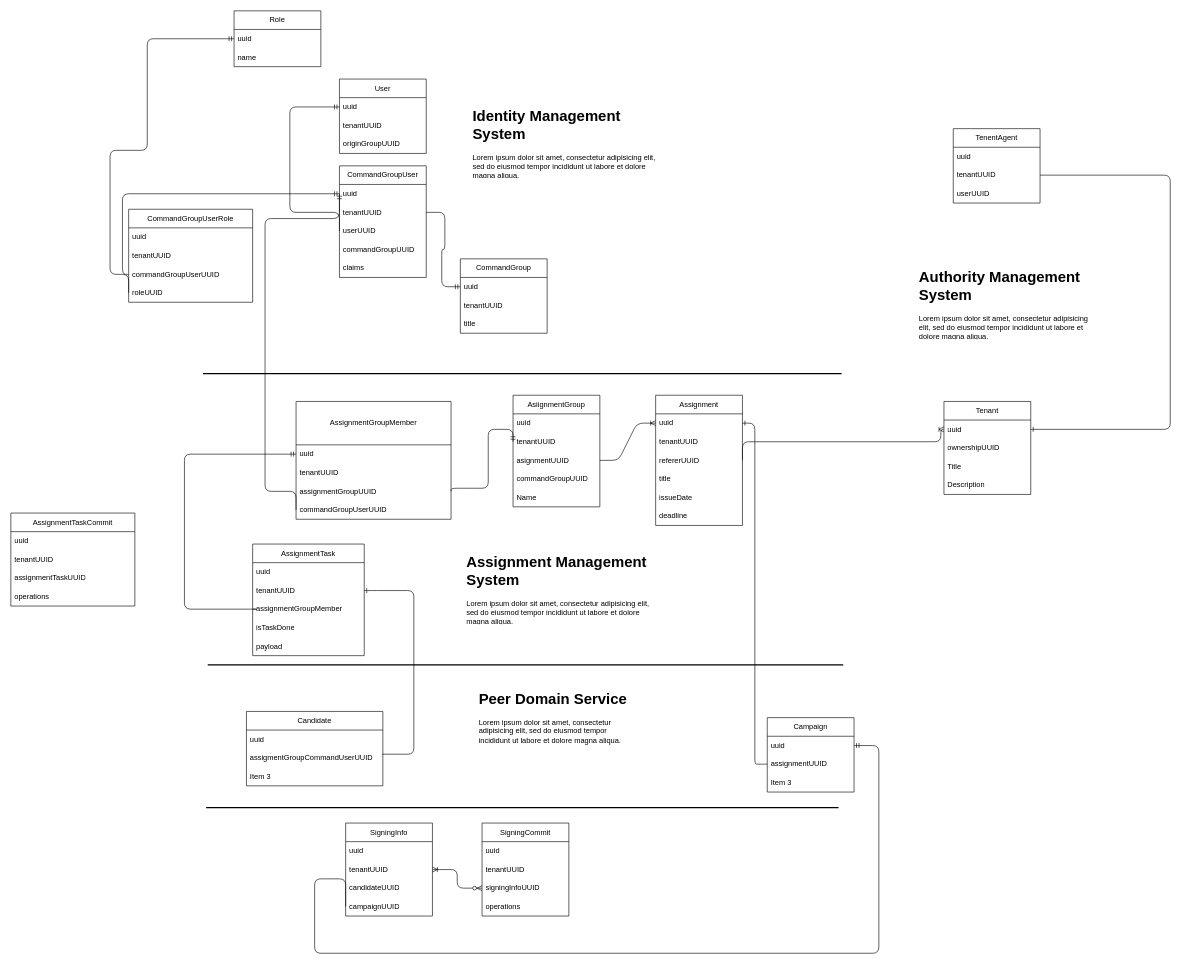
Before: app/model/diagram.drawio in tanhuy998/bch, a draw.io diagram. Source tidied: cells renumbered, new cells numbered last; positions are measured from the earlier drawing's top-left corner, leaving out a move shared by most shapes. Both pictures are drawn from the tidied source at 62%, with x=0, y=0 at pixel (11, 11).
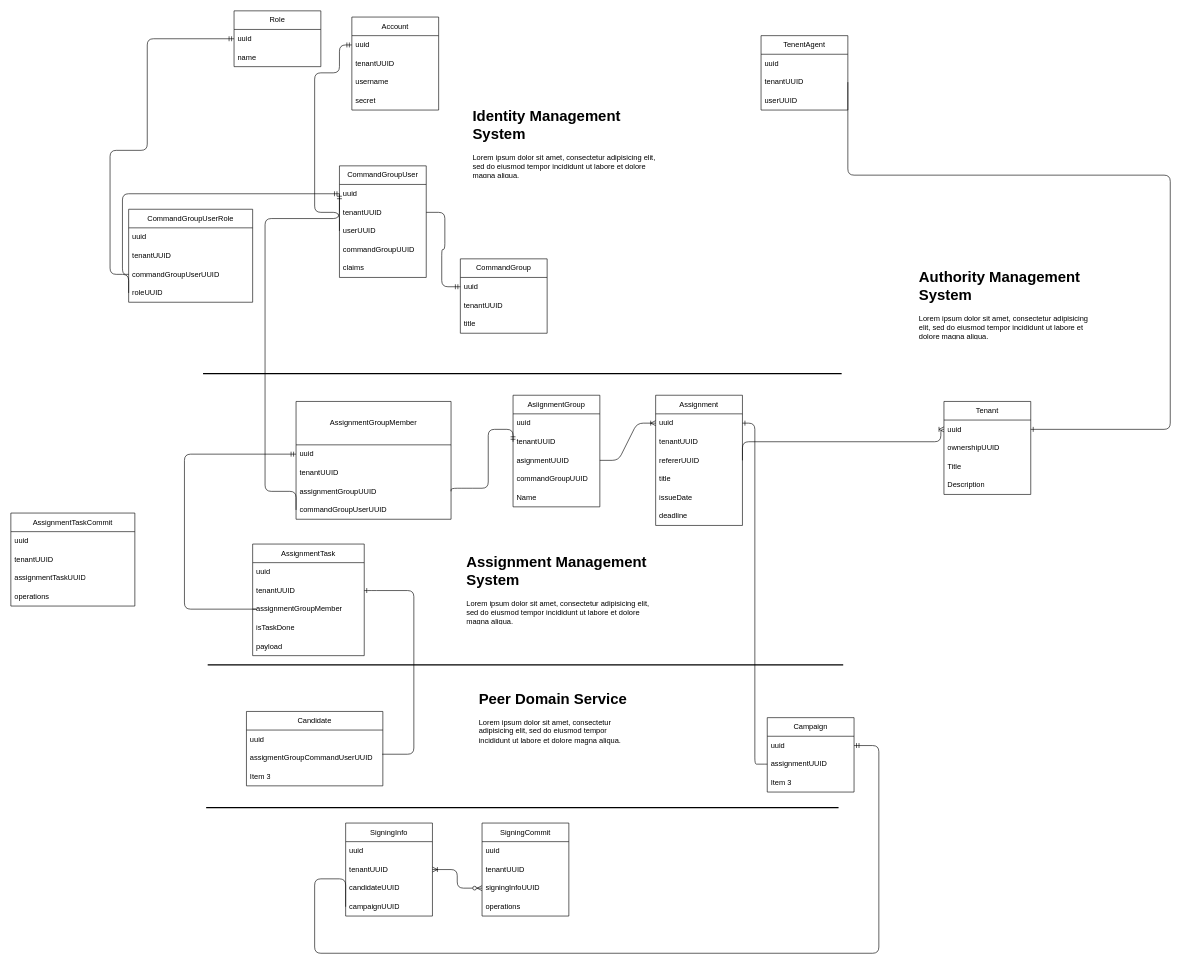
After the change.

The change refers to these unchanged cells:
```xml
<mxCell id="3" value="uuid" style="text;strokeColor=none;fillColor=none;align=left;verticalAlign=middle;spacingLeft=4;spacingRight=4;overflow=hidden;points=[[0,0.5],[1,0.5]];portConstraint=eastwest;whiteSpace=wrap;html=1;" parent="2" vertex="1">
  <mxGeometry y="30" width="140" height="30" as="geometry" />
</mxCell>
<mxCell id="13" value="userUUID" style="text;strokeColor=none;fillColor=none;align=left;verticalAlign=middle;spacingLeft=4;spacingRight=4;overflow=hidden;points=[[0,0.5],[1,0.5]];portConstraint=eastwest;whiteSpace=wrap;html=1;" parent="10" vertex="1">
  <mxGeometry y="90" width="140" height="30" as="geometry" />
</mxCell>
```

What changed in the source:
```diff
@@
-    <mxCell id="2" value="User" style="swimlane;fontStyle=0;horizontal=1;startSize=30;whiteSpace=wrap;html=1;" parent="1" vertex="1">
-      <mxGeometry x="530" y="110" width="140" height="120" as="geometry" />
+    <mxCell id="2" value="Account" style="swimlane;fontStyle=0;horizontal=1;startSize=30;whiteSpace=wrap;html=1;" parent="1" vertex="1">
+      <mxGeometry x="550" y="10" width="140" height="150" as="geometry" />
     </mxCell>
@@
+    <mxCell id="101" value="username" style="text;strokeColor=none;fillColor=none;align=left;verticalAlign=middle;spacingLeft=4;spacingRight=4;overflow=hidden;whiteSpace=wrap;html=1;" parent="2" vertex="1">
+      <mxGeometry y="90" width="140" height="30" as="geometry" />
+    </mxCell>
-    <mxCell id="5" value="originGroupUUID" style="text;strokeColor=none;fillColor=none;align=left;verticalAlign=middle;spacingLeft=4;spacingRight=4;overflow=hidden;whiteSpace=wrap;html=1;" parent="2" vertex="1">
-      <mxGeometry y="90" width="140" height="30" as="geometry" />
+    <mxCell id="5" value="secret" style="text;strokeColor=none;fillColor=none;align=left;verticalAlign=middle;spacingLeft=4;spacingRight=4;overflow=hidden;whiteSpace=wrap;html=1;" parent="2" vertex="1">
+      <mxGeometry y="120" width="140" height="30" as="geometry" />
     </mxCell>
@@
     <mxCell id="31" style="edgeStyle=orthogonalEdgeStyle;fontSize=12;html=1;endArrow=ERmandOne;entryX=0;entryY=0.5;entryDx=0;entryDy=0;exitX=0;exitY=0.5;exitDx=0;exitDy=0;" parent="1" edge="1" source="13" target="3">
       <mxGeometry relative="1" as="geometry">
         <Array as="points">
-          <mxPoint x="450" y="325" />
-          <mxPoint x="450" y="155" />
+          <mxPoint x="530" y="325" />
+          <mxPoint x="490" y="325" />
+          <mxPoint x="490" y="100" />
+          <mxPoint x="530" y="100" />
+          <mxPoint x="530" y="55" />
         </Array>
       </mxGeometry>
     </mxCell>
@@
     <mxCell id="85" value="TenentAgent" style="swimlane;fontStyle=0;horizontal=1;startSize=30;whiteSpace=wrap;html=1;" parent="1" vertex="1">
-      <mxGeometry x="1520" y="190" width="140" height="120" as="geometry" />
+      <mxGeometry x="1210" y="40" width="140" height="120" as="geometry" />
     </mxCell>
```
